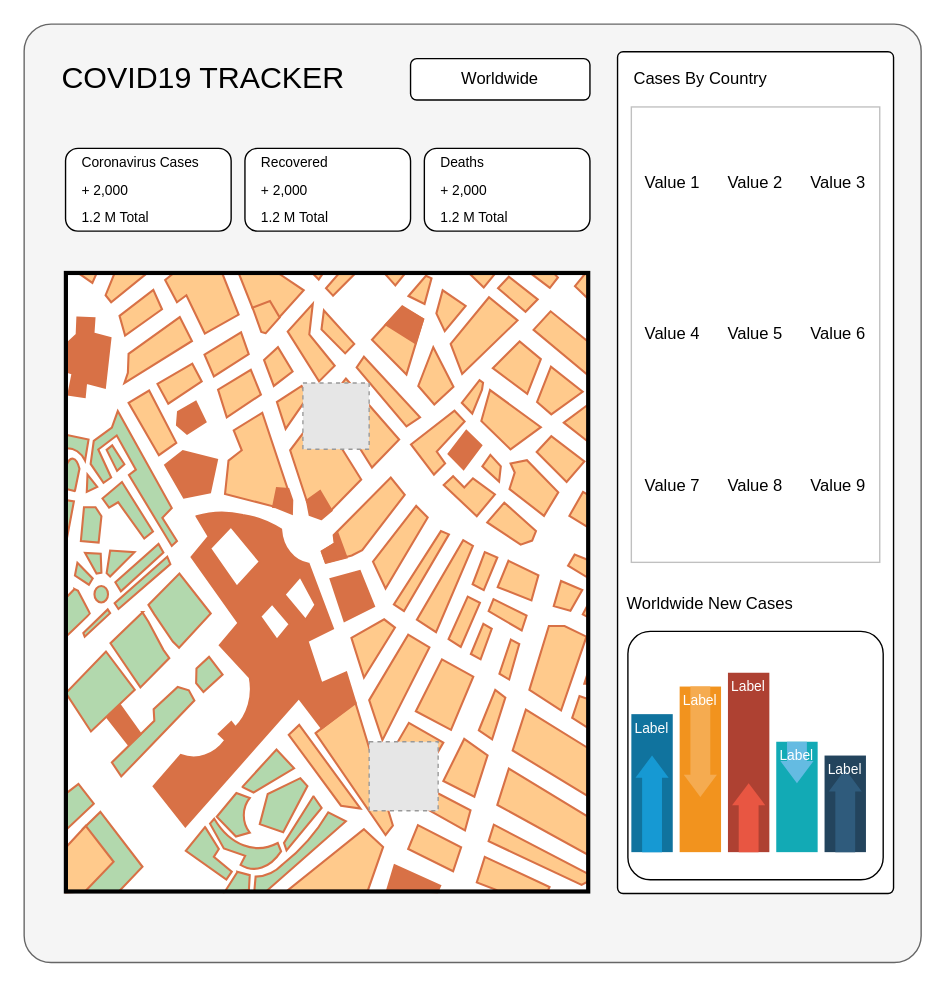
Above: CovidTracker.drawio in evidencefrank/covid-tracker (draw.io), before the change. Source tidied: cells renumbered, new cells numbered last; positions are measured from the earlier drawing's top-left corner, leaving out a move shared by most shapes. Both pictures are drawn from the tidied source at 138%, with x=0, y=0 at pixel (23, 23). Pictures stored in the file or linked from it are replaced by grey dashed boxes.
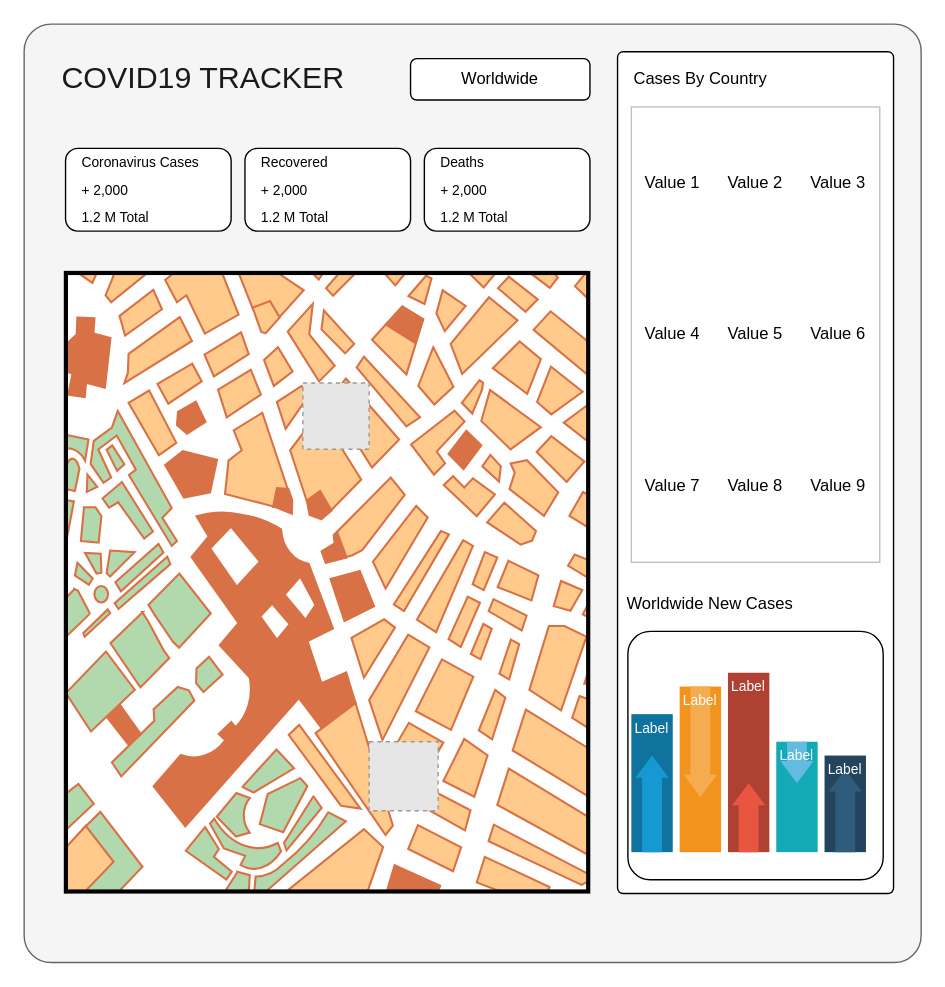
After the change.

Diff of the diagram source:
```diff
@@
-    <mxCell id="3" value="&lt;font style=&quot;font-size: 22px&quot;&gt;COVID19 TRACKER&lt;/font&gt;" style="text;html=1;strokeColor=none;fillColor=none;align=center;verticalAlign=middle;whiteSpace=wrap;rounded=0;" parent="1" vertex="1">
+    <mxCell id="3" value="&lt;font style=&quot;font-size: 22px&quot; color=&quot;#1a1a1a&quot;&gt;COVID19 TRACKER&lt;/font&gt;" style="text;html=1;strokeColor=none;fillColor=none;align=center;verticalAlign=middle;whiteSpace=wrap;rounded=0;" parent="1" vertex="1">
       <mxGeometry x="10" y="20" width="240" height="40" as="geometry" />
     </mxCell>
```
